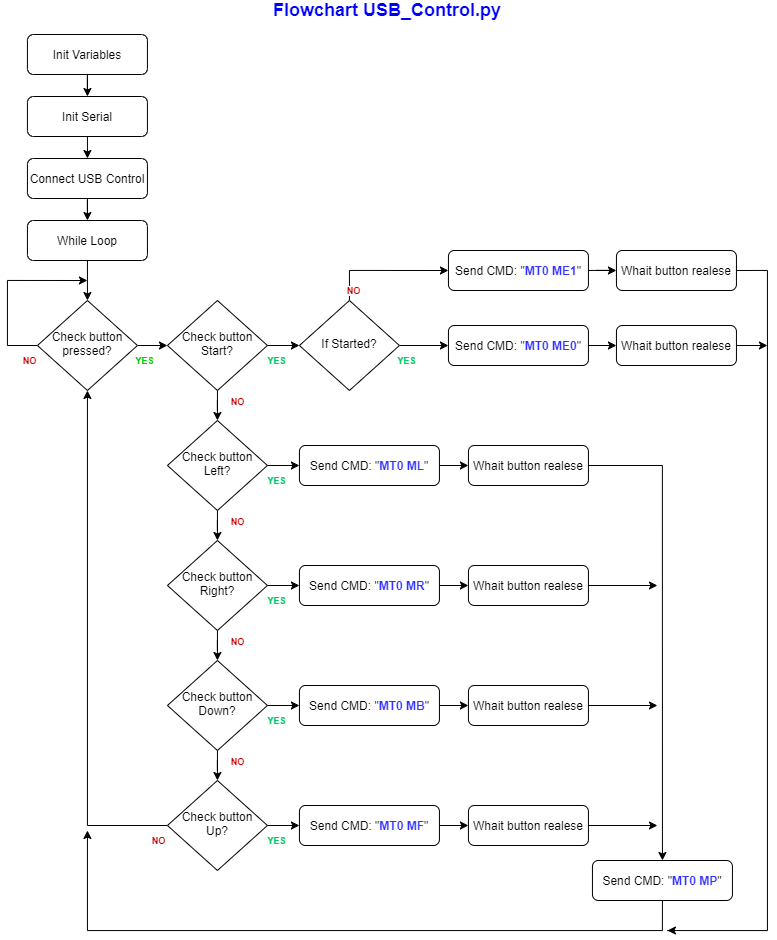
Earlier version of the draw.io export png/Flowchart_USB_Control.png (SolisTecnologia/RoboSolis-Control-USB). Source tidied: cells renumbered, new cells last; positions are measured from the earlier drawing's top-left corner, leaving out a move shared by most shapes.
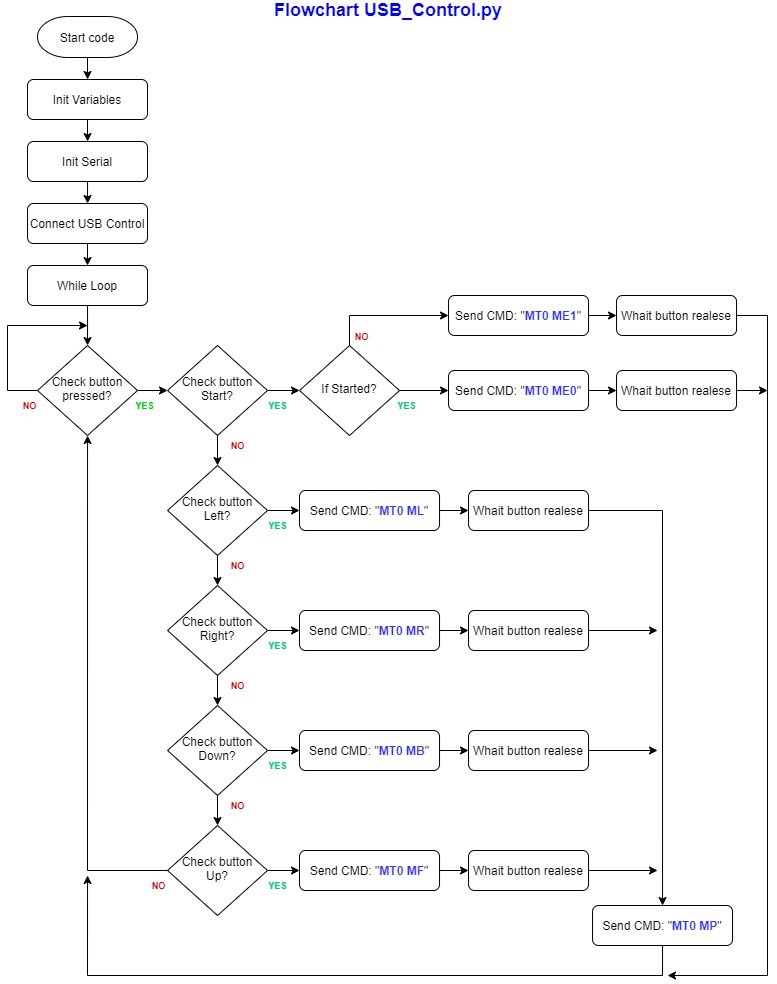
The same diagram one commit later.

What changed in the source:
```diff
@@ -150,7 +150,7 @@
       <mxGeometry x="-0.71" y="-15" relative="1" as="geometry" />
     </mxCell>
     <mxCell id="45" value="NO" style="edgeStyle=orthogonalEdgeStyle;rounded=0;jettySize=auto;html=1;fontSize=9;entryX=0;entryY=0.5;entryDx=0;entryDy=0;fontColor=#CC0000;fontStyle=1;" parent="1" edge="1" source="46" target="48">
-      <mxGeometry x="-0.47" y="-20" relative="1" as="geometry">
+      <mxGeometry x="-0.35" y="-21" relative="1" as="geometry">
         <Array as="points">
           <mxPoint x="341.9" y="270" />
         </Array>
@@ -199,7 +199,13 @@
       <mxGeometry x="19.9" y="34" width="120" height="40" as="geometry" />
     </mxCell>
     <mxCell id="57" value="Flowchart USB_Control.py" style="text;html=1;strokeColor=none;fillColor=none;align=center;verticalAlign=middle;whiteSpace=wrap;rounded=0;fontSize=18;fontColor=#0000FF;fontStyle=1;" parent="1" vertex="1">
-      <mxGeometry x="260" width="240" height="20" as="geometry" />
+      <mxGeometry x="260.9" y="-45" width="240" height="20" as="geometry" />
     </mxCell>
+    <mxCell id="58" style="edgeStyle=orthogonalEdgeStyle;rounded=0;jettySize=auto;html=1;entryX=0.5;entryY=0;entryDx=0;entryDy=0;" parent="1" edge="1" source="59" target="56">
+      <mxGeometry relative="1" as="geometry" />
+    </mxCell>
+    <mxCell id="59" value="Start code" style="strokeWidth=1;html=1;shape=mxgraph.flowchart.terminator;whiteSpace=wrap;rounded=0;shadow=0;glass=0;gradientColor=none;fontSize=12;" parent="1" vertex="1">
+      <mxGeometry x="29.9" y="-29" width="100" height="41" as="geometry" />
+    </mxCell>
   </root>
 </mxGraphModel>
```
